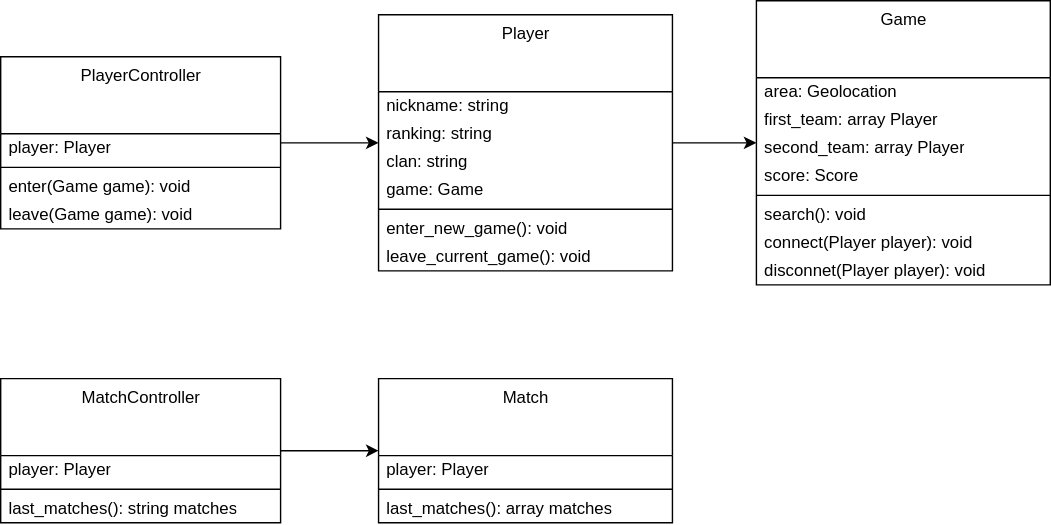
This is images/clean-code-clean-classes/SRP.svg from GabrielSlima/blog, a draw.io export, as it was before one commit. Source tidied: cells renumbered, new cells last; positions are measured from the earlier drawing's top-left corner, leaving out a move shared by most shapes.
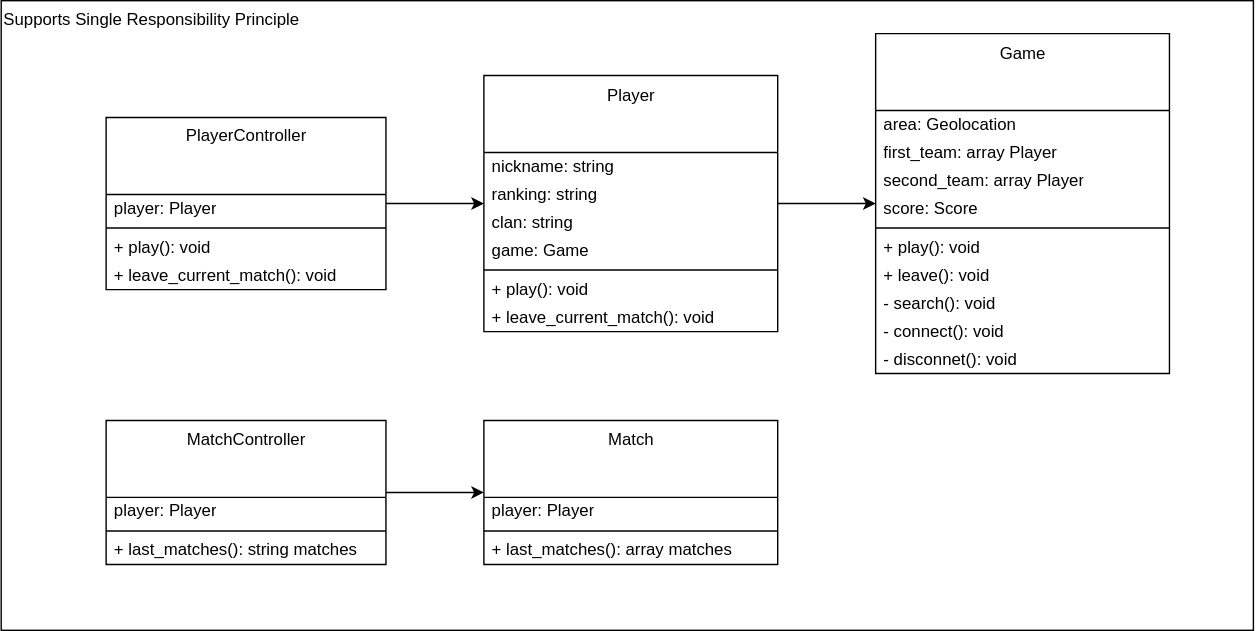
The same diagram one commit later.

Change to the diagram source:
```diff
@@ -2,8 +2,11 @@
   <root>
     <mxCell id="0" />
     <mxCell id="1" parent="0" />
+    <mxCell id="35" value="Supports Single Responsibility Principle" style="rounded=0;whiteSpace=wrap;html=1;fillColor=none;align=left;verticalAlign=top;" parent="1" vertex="1">
+      <mxGeometry x="-45" y="-2" width="895" height="450" as="geometry" />
+    </mxCell>
     <mxCell id="2" value="Match" style="swimlane;fontStyle=0;align=center;verticalAlign=top;horizontal=1;startSize=55;html=1;fillColor=none;" parent="1" vertex="1">
-      <mxGeometry x="270" y="270" width="210" height="103" as="geometry" />
+      <mxGeometry x="300" y="298" width="210" height="103" as="geometry" />
     </mxCell>
     <mxCell id="3" value="player: Player" style="text;html=1;strokeColor=none;fillColor=none;align=left;verticalAlign=middle;spacingLeft=4;spacingRight=4;overflow=hidden;" parent="2" vertex="1">
       <mxGeometry y="55" width="210" height="20" as="geometry" />
@@ -11,14 +14,29 @@
     <mxCell id="4" style="line;strokeWidth=1;fillColor=none;align=left;verticalAlign=middle;spacingTop=-1;spacingLeft=3;spacingRight=3;labelPosition=right;" parent="2" vertex="1">
       <mxGeometry y="75" width="210" height="8" as="geometry" />
     </mxCell>
-    <mxCell id="5" value="last_matches(): array matches" style="text;html=1;strokeColor=none;fillColor=none;align=left;verticalAlign=middle;spacingLeft=4;spacingRight=4;overflow=hidden;" parent="2" vertex="1">
+    <mxCell id="5" value="+ last_matches(): array matches" style="text;html=1;strokeColor=none;fillColor=none;align=left;verticalAlign=middle;spacingLeft=4;spacingRight=4;overflow=hidden;" parent="2" vertex="1">
       <mxGeometry y="83" width="210" height="20" as="geometry" />
     </mxCell>
+    <mxCell id="30" style="edgeStyle=orthogonalEdgeStyle;rounded=0;jettySize=auto;html=1;" parent="1" edge="1" source="31" target="2">
+      <mxGeometry relative="1" as="geometry" />
+    </mxCell>
+    <mxCell id="31" value="MatchController" style="swimlane;fontStyle=0;align=center;verticalAlign=top;horizontal=1;startSize=55;html=1;fillColor=none;" parent="1" vertex="1">
+      <mxGeometry x="30" y="298" width="200" height="103" as="geometry" />
+    </mxCell>
+    <mxCell id="32" value="&lt;div&gt;player: Player&lt;/div&gt;" style="text;html=1;strokeColor=none;fillColor=none;align=left;verticalAlign=middle;spacingLeft=4;spacingRight=4;overflow=hidden;" parent="31" vertex="1">
+      <mxGeometry y="55" width="200" height="20" as="geometry" />
+    </mxCell>
+    <mxCell id="33" style="line;strokeWidth=1;fillColor=none;align=left;verticalAlign=middle;spacingTop=-1;spacingLeft=3;spacingRight=3;labelPosition=right;" parent="31" vertex="1">
+      <mxGeometry y="75" width="200" height="8" as="geometry" />
+    </mxCell>
+    <mxCell id="34" value="+ last_matches(): string matches" style="text;html=1;strokeColor=none;fillColor=none;align=left;verticalAlign=middle;spacingLeft=4;spacingRight=4;overflow=hidden;" parent="31" vertex="1">
+      <mxGeometry y="83" width="200" height="20" as="geometry" />
+    </mxCell>
     <mxCell id="6" style="edgeStyle=orthogonalEdgeStyle;rounded=0;jettySize=auto;html=1;" parent="1" edge="1" source="7" target="21">
       <mxGeometry relative="1" as="geometry" />
     </mxCell>
     <mxCell id="7" value="&lt;div&gt;Player&lt;/div&gt;" style="swimlane;fontStyle=0;align=center;verticalAlign=top;horizontal=1;startSize=55;html=1;fillColor=none;" parent="1" vertex="1">
-      <mxGeometry x="270" y="10" width="210" height="183" as="geometry" />
+      <mxGeometry x="300" y="51.5" width="210" height="183" as="geometry" />
     </mxCell>
     <mxCell id="8" value="nickname: string" style="text;html=1;strokeColor=none;fillColor=none;align=left;verticalAlign=middle;spacingLeft=4;spacingRight=4;overflow=hidden;" parent="7" vertex="1">
       <mxGeometry y="55" width="210" height="20" as="geometry" />
@@ -32,20 +50,20 @@
     <mxCell id="11" value="&lt;div&gt;game: Game&lt;br&gt;&lt;/div&gt;" style="text;html=1;strokeColor=none;fillColor=none;align=left;verticalAlign=middle;spacingLeft=4;spacingRight=4;overflow=hidden;" parent="7" vertex="1">
       <mxGeometry y="115" width="210" height="20" as="geometry" />
     </mxCell>
-    <mxCell id="12" style="line;strokeWidth=1;fillColor=none;align=left;verticalAlign=middle;spacingTop=-1;spacingLeft=3;spacingRight=3;labelPosition=right;" parent="7" vertex="1">
-      <mxGeometry y="135" width="210" height="8" as="geometry" />
-    </mxCell>
-    <mxCell id="13" value="enter_new_game(): void" style="text;html=1;strokeColor=none;fillColor=none;align=left;verticalAlign=middle;spacingLeft=4;spacingRight=4;overflow=hidden;" parent="7" vertex="1">
-      <mxGeometry y="143" width="210" height="20" as="geometry" />
-    </mxCell>
-    <mxCell id="14" value="leave_current_game(): void" style="text;html=1;strokeColor=none;fillColor=none;align=left;verticalAlign=middle;spacingLeft=4;spacingRight=4;overflow=hidden;" parent="7" vertex="1">
-      <mxGeometry y="163" width="210" height="20" as="geometry" />
-    </mxCell>
+    <mxCell id="36" style="line;strokeWidth=1;fillColor=none;align=left;verticalAlign=middle;spacingTop=-1;spacingLeft=3;spacingRight=3;labelPosition=right;" parent="7" vertex="1">
+      <mxGeometry y="135" width="210" height="8" as="geometry" />
+    </mxCell>
+    <mxCell id="37" value="+ play(): void" style="text;html=1;strokeColor=none;fillColor=none;align=left;verticalAlign=middle;spacingLeft=4;spacingRight=4;overflow=hidden;" parent="7" vertex="1">
+      <mxGeometry y="143" width="210" height="20" as="geometry" />
+    </mxCell>
+    <mxCell id="38" value="+ leave_current_match(): void" style="text;html=1;strokeColor=none;fillColor=none;align=left;verticalAlign=middle;spacingLeft=4;spacingRight=4;overflow=hidden;" parent="7" vertex="1">
+      <mxGeometry y="163" width="210" height="20" as="geometry" />
+    </mxCell>
     <mxCell id="15" style="edgeStyle=orthogonalEdgeStyle;rounded=0;jettySize=auto;html=1;" parent="1" edge="1" source="16" target="7">
       <mxGeometry relative="1" as="geometry" />
     </mxCell>
     <mxCell id="16" value="PlayerController" style="swimlane;fontStyle=0;align=center;verticalAlign=top;horizontal=1;startSize=55;html=1;fillColor=none;" parent="1" vertex="1">
-      <mxGeometry y="40" width="200" height="123" as="geometry" />
+      <mxGeometry x="30" y="81.5" width="200" height="123" as="geometry" />
     </mxCell>
     <mxCell id="17" value="&lt;div&gt;player: Player&lt;/div&gt;" style="text;html=1;strokeColor=none;fillColor=none;align=left;verticalAlign=middle;spacingLeft=4;spacingRight=4;overflow=hidden;" parent="16" vertex="1">
       <mxGeometry y="55" width="200" height="20" as="geometry" />
@@ -53,14 +71,14 @@
     <mxCell id="18" style="line;strokeWidth=1;fillColor=none;align=left;verticalAlign=middle;spacingTop=-1;spacingLeft=3;spacingRight=3;labelPosition=right;" parent="16" vertex="1">
       <mxGeometry y="75" width="200" height="8" as="geometry" />
     </mxCell>
-    <mxCell id="19" value="enter(Game game): void" style="text;html=1;strokeColor=none;fillColor=none;align=left;verticalAlign=middle;spacingLeft=4;spacingRight=4;overflow=hidden;" parent="16" vertex="1">
-      <mxGeometry y="83" width="200" height="20" as="geometry" />
-    </mxCell>
-    <mxCell id="20" value="leave(Game game): void" style="text;html=1;strokeColor=none;fillColor=none;align=left;verticalAlign=middle;spacingLeft=4;spacingRight=4;overflow=hidden;" parent="16" vertex="1">
-      <mxGeometry y="103" width="200" height="20" as="geometry" />
-    </mxCell>
+    <mxCell id="39" value="+ play(): void" style="text;html=1;strokeColor=none;fillColor=none;align=left;verticalAlign=middle;spacingLeft=4;spacingRight=4;overflow=hidden;" parent="16" vertex="1">
+      <mxGeometry y="83" width="200" height="20" as="geometry" />
+    </mxCell>
+    <mxCell id="40" value="+ leave_current_match(): void" style="text;html=1;strokeColor=none;fillColor=none;align=left;verticalAlign=middle;spacingLeft=4;spacingRight=4;overflow=hidden;" parent="16" vertex="1">
+      <mxGeometry y="103" width="200" height="20" as="geometry" />
+    </mxCell>
     <mxCell id="21" value="Game" style="swimlane;fontStyle=0;align=center;verticalAlign=top;horizontal=1;startSize=55;html=1;fillColor=none;" parent="1" vertex="1">
-      <mxGeometry x="540" width="210" height="203" as="geometry" />
+      <mxGeometry x="580" y="21.5" width="210" height="243" as="geometry" />
     </mxCell>
     <mxCell id="22" value="area: Geolocation" style="text;html=1;strokeColor=none;fillColor=none;align=left;verticalAlign=middle;spacingLeft=4;spacingRight=4;overflow=hidden;" parent="21" vertex="1">
       <mxGeometry y="55" width="210" height="20" as="geometry" />
@@ -74,32 +92,23 @@
     <mxCell id="25" value="score: Score" style="text;html=1;strokeColor=none;fillColor=none;align=left;verticalAlign=middle;spacingLeft=4;spacingRight=4;overflow=hidden;" parent="21" vertex="1">
       <mxGeometry y="115" width="210" height="20" as="geometry" />
     </mxCell>
-    <mxCell id="26" style="line;strokeWidth=1;fillColor=none;align=left;verticalAlign=middle;spacingTop=-1;spacingLeft=3;spacingRight=3;labelPosition=right;" parent="21" vertex="1">
-      <mxGeometry y="135" width="210" height="8" as="geometry" />
-    </mxCell>
-    <mxCell id="27" value="search(): void" style="text;html=1;strokeColor=none;fillColor=none;align=left;verticalAlign=middle;spacingLeft=4;spacingRight=4;overflow=hidden;" parent="21" vertex="1">
-      <mxGeometry y="143" width="210" height="20" as="geometry" />
-    </mxCell>
-    <mxCell id="28" value="connect(Player player): void" style="text;html=1;strokeColor=none;fillColor=none;align=left;verticalAlign=middle;spacingLeft=4;spacingRight=4;overflow=hidden;" parent="21" vertex="1">
-      <mxGeometry y="163" width="210" height="20" as="geometry" />
-    </mxCell>
-    <mxCell id="29" value="disconnet(Player player): void" style="text;html=1;strokeColor=none;fillColor=none;align=left;verticalAlign=middle;spacingLeft=4;spacingRight=4;overflow=hidden;" parent="21" vertex="1">
-      <mxGeometry y="183" width="210" height="20" as="geometry" />
-    </mxCell>
-    <mxCell id="30" style="edgeStyle=orthogonalEdgeStyle;rounded=0;jettySize=auto;html=1;" parent="1" edge="1" source="31" target="2">
-      <mxGeometry relative="1" as="geometry" />
-    </mxCell>
-    <mxCell id="31" value="MatchController" style="swimlane;fontStyle=0;align=center;verticalAlign=top;horizontal=1;startSize=55;html=1;fillColor=none;" parent="1" vertex="1">
-      <mxGeometry y="270" width="200" height="103" as="geometry" />
-    </mxCell>
-    <mxCell id="32" value="&lt;div&gt;player: Player&lt;/div&gt;" style="text;html=1;strokeColor=none;fillColor=none;align=left;verticalAlign=middle;spacingLeft=4;spacingRight=4;overflow=hidden;" parent="31" vertex="1">
-      <mxGeometry y="55" width="200" height="20" as="geometry" />
-    </mxCell>
-    <mxCell id="33" style="line;strokeWidth=1;fillColor=none;align=left;verticalAlign=middle;spacingTop=-1;spacingLeft=3;spacingRight=3;labelPosition=right;" parent="31" vertex="1">
-      <mxGeometry y="75" width="200" height="8" as="geometry" />
-    </mxCell>
-    <mxCell id="34" value="last_matches(): string matches" style="text;html=1;strokeColor=none;fillColor=none;align=left;verticalAlign=middle;spacingLeft=4;spacingRight=4;overflow=hidden;" parent="31" vertex="1">
-      <mxGeometry y="83" width="200" height="20" as="geometry" />
-    </mxCell>
+    <mxCell id="41" style="line;strokeWidth=1;fillColor=none;align=left;verticalAlign=middle;spacingTop=-1;spacingLeft=3;spacingRight=3;labelPosition=right;" parent="21" vertex="1">
+      <mxGeometry y="135" width="210" height="8" as="geometry" />
+    </mxCell>
+    <mxCell id="42" value="+ play(): void" style="text;html=1;strokeColor=none;fillColor=none;align=left;verticalAlign=middle;spacingLeft=4;spacingRight=4;overflow=hidden;" parent="21" vertex="1">
+      <mxGeometry y="143" width="210" height="20" as="geometry" />
+    </mxCell>
+    <mxCell id="43" value="+ leave(): void" style="text;html=1;strokeColor=none;fillColor=none;align=left;verticalAlign=middle;spacingLeft=4;spacingRight=4;overflow=hidden;" parent="21" vertex="1">
+      <mxGeometry y="163" width="210" height="20" as="geometry" />
+    </mxCell>
+    <mxCell id="44" value="- search(): void" style="text;html=1;strokeColor=none;fillColor=none;align=left;verticalAlign=middle;spacingLeft=4;spacingRight=4;overflow=hidden;" parent="21" vertex="1">
+      <mxGeometry y="183" width="210" height="20" as="geometry" />
+    </mxCell>
+    <mxCell id="45" value="- connect(): void" style="text;html=1;strokeColor=none;fillColor=none;align=left;verticalAlign=middle;spacingLeft=4;spacingRight=4;overflow=hidden;" parent="21" vertex="1">
+      <mxGeometry y="203" width="210" height="20" as="geometry" />
+    </mxCell>
+    <mxCell id="46" value="- disconnet(): void" style="text;html=1;strokeColor=none;fillColor=none;align=left;verticalAlign=middle;spacingLeft=4;spacingRight=4;overflow=hidden;" parent="21" vertex="1">
+      <mxGeometry y="223" width="210" height="20" as="geometry" />
+    </mxCell>
   </root>
 </mxGraphModel>
```
